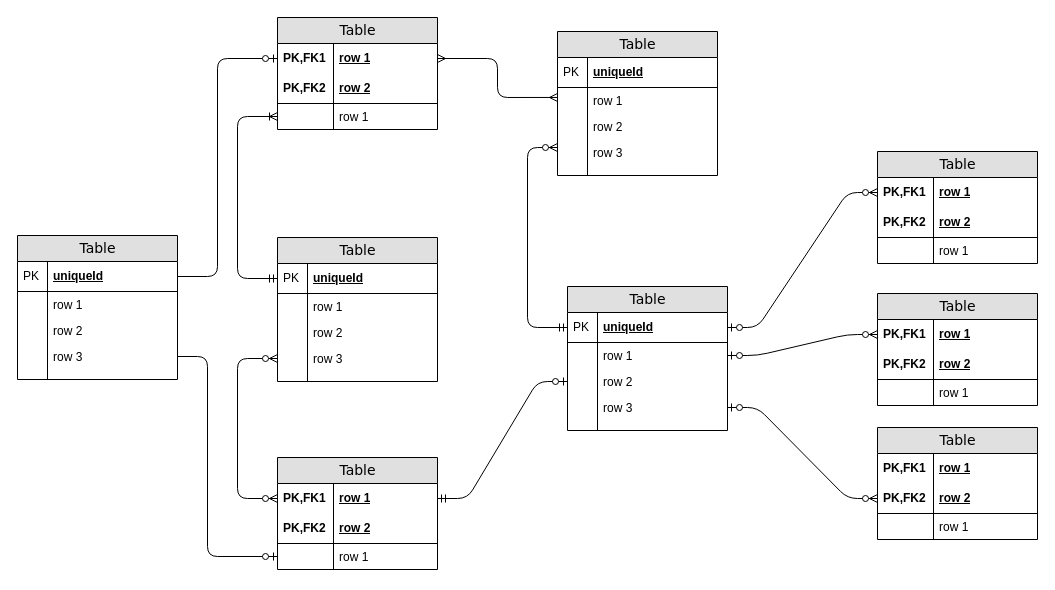
Above: ERD.drawio in ahr9n/ahr9n (draw.io), before the change. Source tidied: cells renumbered, new cells numbered last; positions are measured from the earlier drawing's top-left corner, leaving out a move shared by most shapes. Both pictures are drawn from the tidied source at 100%, with x=0, y=0 at pixel (17, 17).
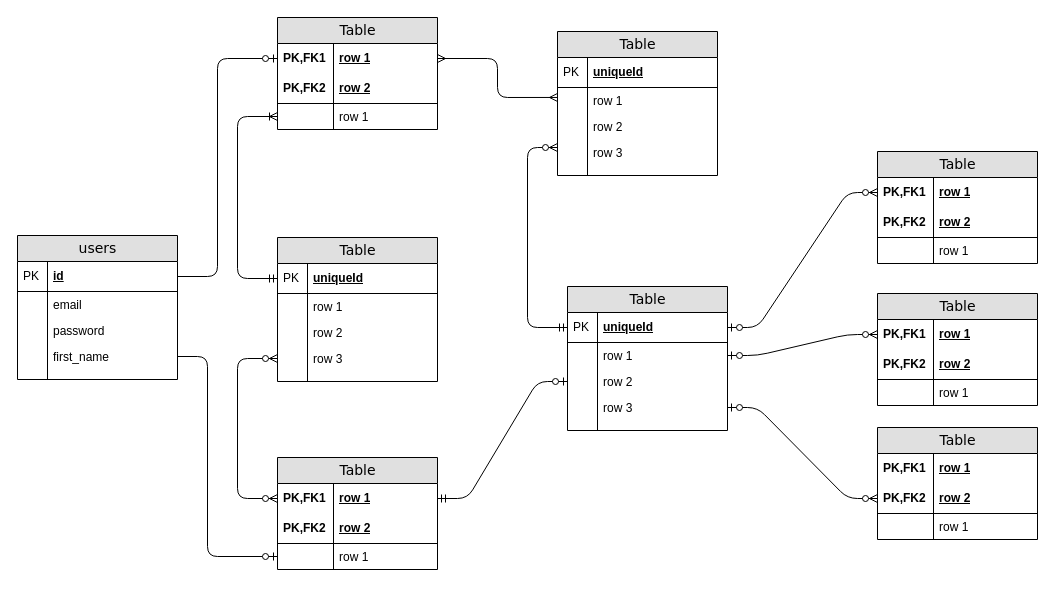
After the change.

The edit, as a diff of the source:
```diff
@@
-    <mxCell id="78" value="Table" style="swimlane;html=1;fontStyle=0;horizontal=1;startSize=26;fillColor=#e0e0e0;swimlaneFillColor=#ffffff;align=center;rounded=0;shadow=0;comic=0;labelBackgroundColor=none;strokeWidth=1;fontFamily=Verdana;fontSize=14;" parent="1" vertex="1">
+    <mxCell id="78" value="users" style="swimlane;html=1;fontStyle=0;horizontal=1;startSize=26;fillColor=#e0e0e0;swimlaneFillColor=#ffffff;align=center;rounded=0;shadow=0;comic=0;labelBackgroundColor=none;strokeWidth=1;fontFamily=Verdana;fontSize=14;" parent="1" vertex="1">
       <mxGeometry y="218" width="160" height="144" as="geometry" />
     </mxCell>
-    <mxCell id="79" value="uniqueId" style="shape=partialRectangle;top=0;left=0;right=0;bottom=1;html=1;align=left;verticalAlign=middle;fillColor=none;spacingLeft=34;spacingRight=4;whiteSpace=wrap;overflow=hidden;points=[[0,0.5],[1,0.5]];portConstraint=eastwest;fontStyle=5;" parent="78" vertex="1">
+    <mxCell id="79" value="id" style="shape=partialRectangle;top=0;left=0;right=0;bottom=1;html=1;align=left;verticalAlign=middle;fillColor=none;spacingLeft=34;spacingRight=4;whiteSpace=wrap;overflow=hidden;points=[[0,0.5],[1,0.5]];portConstraint=eastwest;fontStyle=5;" parent="78" vertex="1">
       <mxGeometry y="26" width="160" height="30" as="geometry" />
     </mxCell>
@@
-    <mxCell id="81" value="row 1" style="shape=partialRectangle;top=0;left=0;right=0;bottom=0;html=1;align=left;verticalAlign=top;fillColor=none;spacingLeft=34;spacingRight=4;whiteSpace=wrap;overflow=hidden;" parent="78" vertex="1">
+    <mxCell id="81" value="email" style="shape=partialRectangle;top=0;left=0;right=0;bottom=0;html=1;align=left;verticalAlign=top;fillColor=none;spacingLeft=34;spacingRight=4;whiteSpace=wrap;overflow=hidden;" parent="78" vertex="1">
       <mxGeometry y="56" width="160" height="26" as="geometry" />
     </mxCell>
@@
-    <mxCell id="83" value="row 2" style="shape=partialRectangle;top=0;left=0;right=0;bottom=0;html=1;align=left;verticalAlign=top;fillColor=none;spacingLeft=34;spacingRight=4;whiteSpace=wrap;overflow=hidden;" parent="78" vertex="1">
+    <mxCell id="83" value="password" style="shape=partialRectangle;top=0;left=0;right=0;bottom=0;html=1;align=left;verticalAlign=top;fillColor=none;spacingLeft=34;spacingRight=4;whiteSpace=wrap;overflow=hidden;" parent="78" vertex="1">
       <mxGeometry y="82" width="160" height="26" as="geometry" />
     </mxCell>
@@
-    <mxCell id="85" value="row 3" style="shape=partialRectangle;top=0;left=0;right=0;bottom=0;html=1;align=left;verticalAlign=top;fillColor=none;spacingLeft=34;spacingRight=4;whiteSpace=wrap;overflow=hidden;points=[[0,0.5],[1,0.5]];portConstraint=eastwest;" parent="78" vertex="1">
+    <mxCell id="85" value="first_name" style="shape=partialRectangle;top=0;left=0;right=0;bottom=0;html=1;align=left;verticalAlign=top;fillColor=none;spacingLeft=34;spacingRight=4;whiteSpace=wrap;overflow=hidden;points=[[0,0.5],[1,0.5]];portConstraint=eastwest;" parent="78" vertex="1">
       <mxGeometry y="108" width="160" height="26" as="geometry" />
     </mxCell>
```
